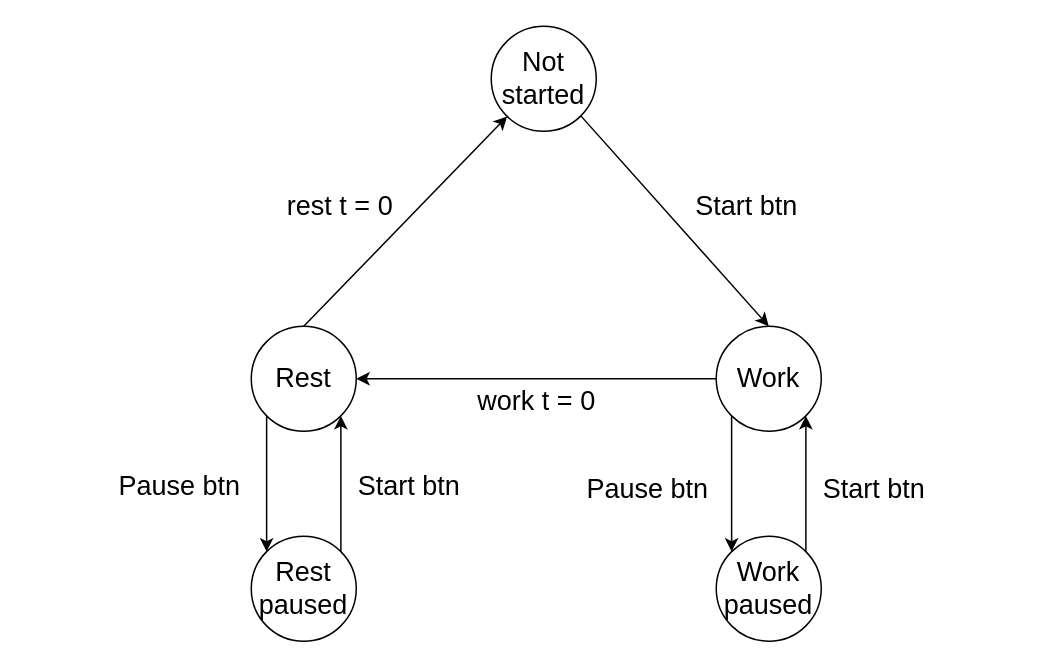
This is docs/state-machine.dio from austinbooth/pomodoro, a draw.io file, before an edit. Source tidied: cells renumbered, new cells numbered last; positions are measured from the earlier drawing's top-left corner, leaving out a move shared by most shapes. Both pictures are drawn from the tidied source at 150%, with x=0, y=0 at pixel (104, 26).
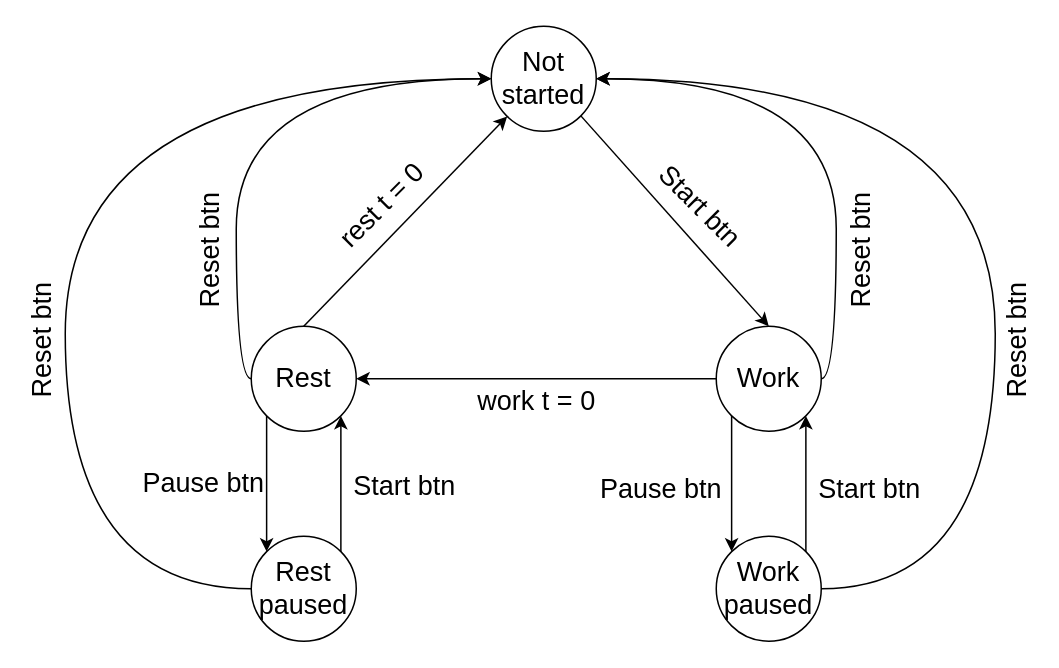
The same diagram, later.

Unchanged cells that the change refers to:
```xml
<mxCell id="3" value="&lt;font style=&quot;font-size: 18px&quot;&gt;Not started&lt;/font&gt;" style="ellipse;whiteSpace=wrap;html=1;" parent="1" vertex="1">
  <mxGeometry x="258" width="70" height="70" as="geometry" />
</mxCell>
<mxCell id="5" value="&lt;span style=&quot;font-size: 18px&quot;&gt;Work&lt;/span&gt;" style="ellipse;whiteSpace=wrap;html=1;" parent="1" vertex="1">
  <mxGeometry x="408" y="200" width="70" height="70" as="geometry" />
</mxCell>
<mxCell id="8" value="&lt;span style=&quot;font-size: 18px&quot;&gt;Rest&lt;/span&gt;" style="ellipse;whiteSpace=wrap;html=1;" parent="1" vertex="1">
  <mxGeometry x="98" y="200" width="70" height="70" as="geometry" />
</mxCell>
<mxCell id="15" value="&lt;span style=&quot;font-size: 18px&quot;&gt;Work paused&lt;/span&gt;" style="ellipse;whiteSpace=wrap;html=1;" parent="1" vertex="1">
  <mxGeometry x="408" y="340" width="70" height="70" as="geometry" />
</mxCell>
<mxCell id="16" value="&lt;span style=&quot;font-size: 18px&quot;&gt;Rest paused&lt;/span&gt;" style="ellipse;whiteSpace=wrap;html=1;" parent="1" vertex="1">
  <mxGeometry x="98" y="340" width="70" height="70" as="geometry" />
</mxCell>
```

What changed in the source:
```diff
@@
+    <mxCell id="21" style="edgeStyle=orthogonalEdgeStyle;curved=1;html=1;exitX=1;exitY=0.5;exitDx=0;exitDy=0;entryX=1;entryY=0.5;entryDx=0;entryDy=0;" parent="1" edge="1" source="5" target="3">
+      <mxGeometry relative="1" as="geometry" />
+    </mxCell>
@@
+    <mxCell id="22" style="edgeStyle=orthogonalEdgeStyle;curved=1;html=1;exitX=0;exitY=0.5;exitDx=0;exitDy=0;entryX=0;entryY=0.5;entryDx=0;entryDy=0;" parent="1" edge="1" source="8" target="3">
+      <mxGeometry relative="1" as="geometry" />
+    </mxCell>
@@
-    <mxCell id="11" value="&lt;font style=&quot;font-size: 18px&quot;&gt;Start btn&lt;/font&gt;" style="text;html=1;align=center;verticalAlign=middle;fillColor=none;strokeColor=none;rounded=0;" parent="1" vertex="1">
-      <mxGeometry x="388" y="110" width="80" height="20" as="geometry" />
+    <mxCell id="11" value="&lt;font style=&quot;font-size: 18px&quot;&gt;Start btn&lt;/font&gt;" style="text;html=1;align=center;verticalAlign=middle;fillColor=none;strokeColor=none;rounded=0;rotation=45;" parent="1" vertex="1">
+      <mxGeometry x="357" y="110" width="80" height="20" as="geometry" />
     </mxCell>
     <mxCell id="12" value="&lt;font style=&quot;font-size: 18px&quot;&gt;Start btn&lt;/font&gt;" style="text;html=1;align=center;verticalAlign=middle;fillColor=none;strokeColor=none;rounded=0;rotation=0;" parent="1" vertex="1">
-      <mxGeometry x="163" y="297" width="80" height="20" as="geometry" />
+      <mxGeometry x="160" y="297" width="80" height="20" as="geometry" />
     </mxCell>
     <mxCell id="13" value="&lt;font style=&quot;font-size: 18px&quot;&gt;Pause btn&lt;/font&gt;" style="text;html=1;align=center;verticalAlign=middle;fillColor=none;strokeColor=none;rounded=0;rotation=0;" parent="1" vertex="1">
-      <mxGeometry y="297" width="100" height="20" as="geometry" />
+      <mxGeometry x="16" y="295" width="100" height="20" as="geometry" />
     </mxCell>
-    <mxCell id="14" value="&lt;font style=&quot;font-size: 18px&quot;&gt;rest t = 0&lt;/font&gt;" style="text;html=1;align=center;verticalAlign=middle;fillColor=none;strokeColor=none;rounded=0;" parent="1" vertex="1">
-      <mxGeometry x="112" y="110" width="90" height="20" as="geometry" />
+    <mxCell id="14" value="&lt;font style=&quot;font-size: 18px&quot;&gt;rest t = 0&lt;/font&gt;" style="text;html=1;align=center;verticalAlign=middle;fillColor=none;strokeColor=none;rounded=0;rotation=-45;" parent="1" vertex="1">
+      <mxGeometry x="140" y="110" width="90" height="20" as="geometry" />
     </mxCell>
+    <mxCell id="23" style="edgeStyle=orthogonalEdgeStyle;curved=1;html=1;exitX=1;exitY=0.5;exitDx=0;exitDy=0;entryX=1;entryY=0.5;entryDx=0;entryDy=0;" parent="1" edge="1" source="15" target="3">
+      <mxGeometry relative="1" as="geometry">
+        <Array as="points">
+          <mxPoint x="594" y="375" />
+          <mxPoint x="594" y="35" />
+        </Array>
+      </mxGeometry>
+    </mxCell>
@@
+    <mxCell id="24" style="edgeStyle=orthogonalEdgeStyle;curved=1;html=1;exitX=0;exitY=0.5;exitDx=0;exitDy=0;entryX=0;entryY=0.5;entryDx=0;entryDy=0;" parent="1" edge="1" source="16" target="3">
+      <mxGeometry relative="1" as="geometry">
+        <Array as="points">
+          <mxPoint x="-26" y="375" />
+          <mxPoint x="-26" y="35" />
+        </Array>
+      </mxGeometry>
+    </mxCell>
@@
     <mxCell id="19" value="&lt;font style=&quot;font-size: 18px&quot;&gt;Start btn&lt;/font&gt;" style="text;html=1;align=center;verticalAlign=middle;fillColor=none;strokeColor=none;rounded=0;rotation=0;" parent="1" vertex="1">
-      <mxGeometry x="473" y="299" width="80" height="20" as="geometry" />
+      <mxGeometry x="470" y="299" width="80" height="20" as="geometry" />
     </mxCell>
     <mxCell id="20" value="&lt;font style=&quot;font-size: 18px&quot;&gt;Pause btn&lt;/font&gt;" style="text;html=1;align=center;verticalAlign=middle;fillColor=none;strokeColor=none;rounded=0;rotation=0;" parent="1" vertex="1">
-      <mxGeometry x="312" y="299" width="100" height="20" as="geometry" />
+      <mxGeometry x="321" y="299" width="100" height="20" as="geometry" />
     </mxCell>
+    <mxCell id="25" value="&lt;font style=&quot;font-size: 18px&quot;&gt;Reset btn&lt;/font&gt;" style="text;html=1;align=center;verticalAlign=middle;fillColor=none;strokeColor=none;rounded=0;rotation=-90;" parent="1" vertex="1">
+      <mxGeometry x="26" y="140" width="90" height="20" as="geometry" />
+    </mxCell>
+    <mxCell id="26" value="&lt;font style=&quot;font-size: 18px&quot;&gt;Reset btn&lt;/font&gt;" style="text;html=1;align=center;verticalAlign=middle;fillColor=none;strokeColor=none;rounded=0;rotation=-90;" parent="1" vertex="1">
+      <mxGeometry x="-86" y="200" width="90" height="20" as="geometry" />
+    </mxCell>
+    <mxCell id="27" value="&lt;font style=&quot;font-size: 18px&quot;&gt;Reset btn&lt;/font&gt;" style="text;html=1;align=center;verticalAlign=middle;fillColor=none;strokeColor=none;rounded=0;rotation=-90;" parent="1" vertex="1">
+      <mxGeometry x="460" y="140" width="90" height="20" as="geometry" />
+    </mxCell>
+    <mxCell id="28" value="&lt;font style=&quot;font-size: 18px&quot;&gt;Reset btn&lt;/font&gt;" style="text;html=1;align=center;verticalAlign=middle;fillColor=none;strokeColor=none;rounded=0;rotation=-90;" parent="1" vertex="1">
+      <mxGeometry x="564" y="200" width="90" height="20" as="geometry" />
+    </mxCell>
```
